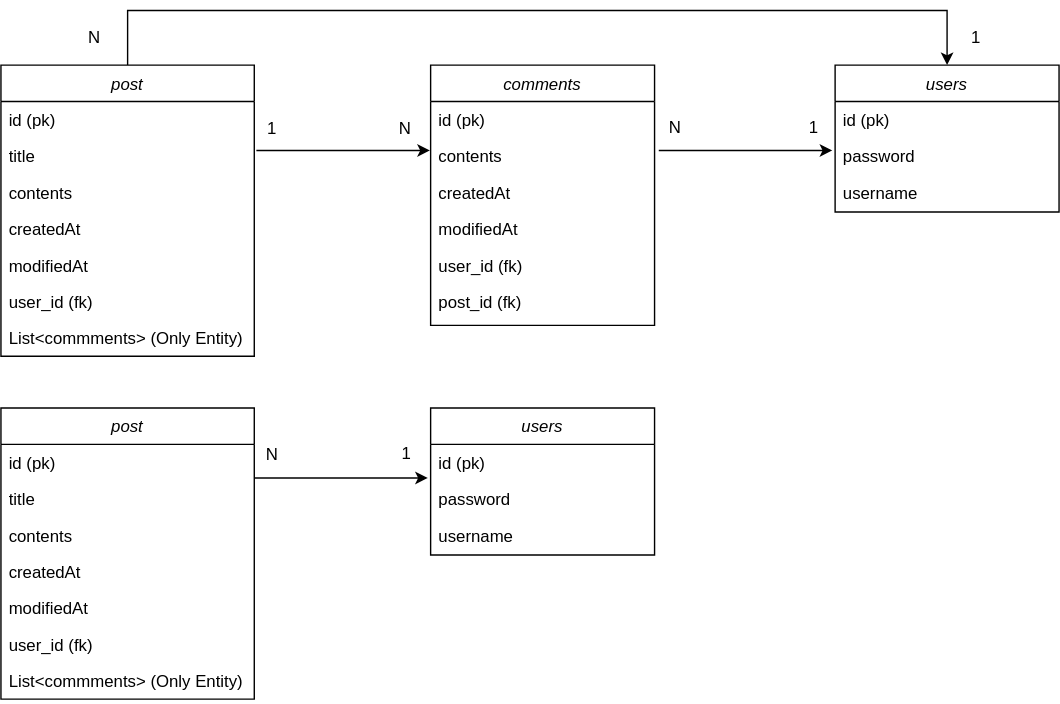
Chaeyounglim/myBlog keeps this draw.io diagram as Entity Relationship Diagram.drawio.svg. Above is the earlier version. Source tidied: cells renumbered, new cells last; positions are measured from the earlier drawing's top-left corner, leaving out a move shared by most shapes.
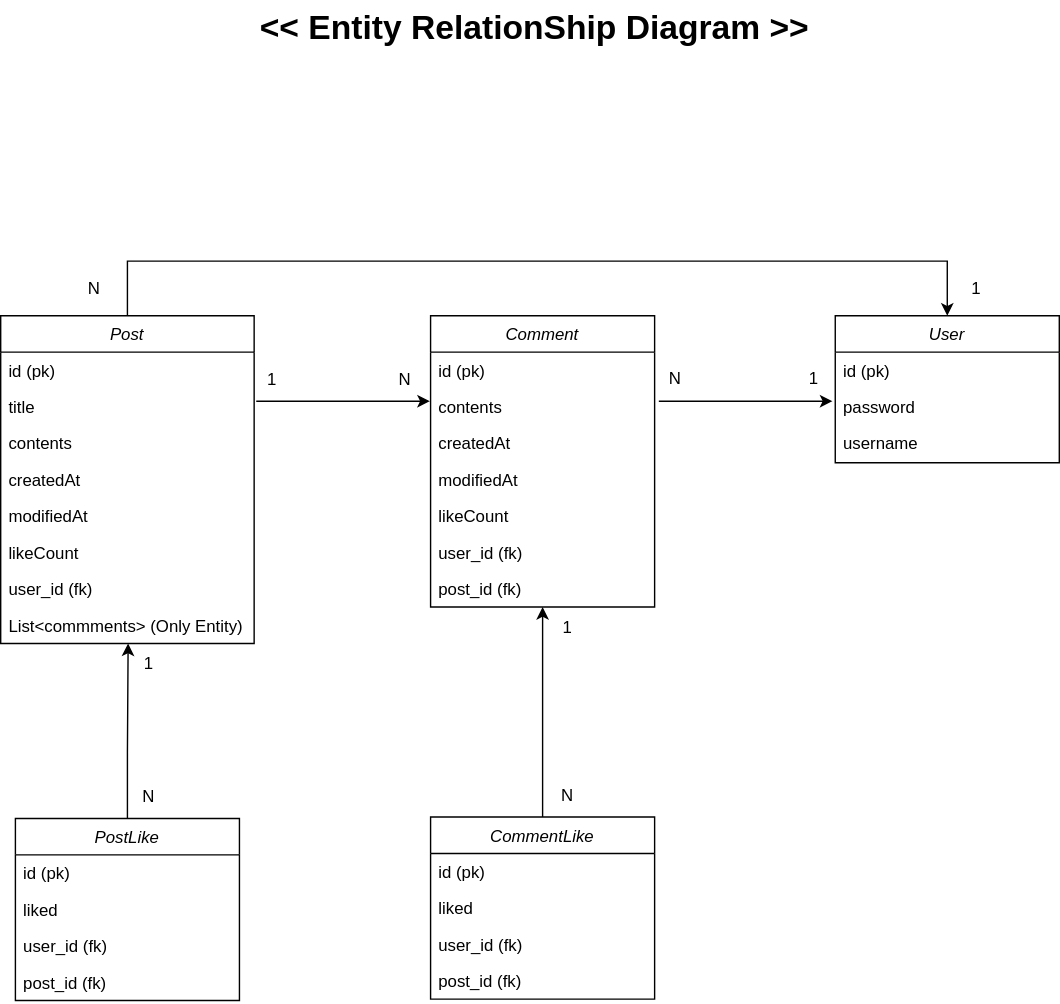
After the change.

Commit message:
docs : Entity Relationship Diagram. Version 4.0; add like Entities

Diff of the diagram source:
```diff
@@ -13,8 +13,8 @@
     <mxCell id="3" value="1" style="text;html=1;strokeColor=none;fillColor=none;align=center;verticalAlign=middle;whiteSpace=wrap;rounded=0;" parent="1" vertex="1">
       <mxGeometry x="667" y="5" width="60" height="30" as="geometry" />
     </mxCell>
-    <mxCell id="4" value="comments" style="swimlane;fontStyle=2;align=center;verticalAlign=top;horizontal=1;startSize=26;rounded=0;shadow=0;strokeWidth=1;" parent="1" vertex="1">
-      <mxGeometry x="307" y="39" width="160" height="186" as="geometry" />
+    <mxCell id="4" value="Comment" style="swimlane;fontStyle=2;align=center;verticalAlign=top;horizontal=1;startSize=26;rounded=0;shadow=0;strokeWidth=1;" parent="1" vertex="1">
+      <mxGeometry x="307" y="39" width="160" height="208" as="geometry" />
     </mxCell>
     <mxCell id="5" value="id (pk)" style="text;align=left;verticalAlign=top;spacingLeft=4;spacingRight=4;overflow=hidden;" parent="4" vertex="1">
       <mxGeometry y="26" width="160" height="26" as="geometry" />
@@ -28,13 +28,16 @@
     <mxCell id="8" value="modifiedAt " style="text;align=left;verticalAlign=top;spacingLeft=4;spacingRight=4;overflow=hidden;rounded=0;shadow=0;html=0;" parent="4" vertex="1">
       <mxGeometry y="104" width="160" height="26" as="geometry" />
     </mxCell>
+    <mxCell id="45" value="likeCount" style="text;align=left;verticalAlign=top;spacingLeft=4;spacingRight=4;overflow=hidden;rounded=0;shadow=0;html=0;" parent="4" vertex="1">
+      <mxGeometry y="130" width="160" height="26" as="geometry" />
+    </mxCell>
     <mxCell id="9" value="user_id (fk)" style="text;align=left;verticalAlign=top;spacingLeft=4;spacingRight=4;overflow=hidden;rounded=0;shadow=0;html=0;" parent="4" vertex="1">
-      <mxGeometry y="130" width="160" height="26" as="geometry" />
+      <mxGeometry y="156" width="160" height="26" as="geometry" />
     </mxCell>
     <mxCell id="10" value="post_id (fk)" style="text;align=left;verticalAlign=top;spacingLeft=4;spacingRight=4;overflow=hidden;rounded=0;shadow=0;html=0;" parent="4" vertex="1">
-      <mxGeometry y="156" width="160" height="26" as="geometry" />
+      <mxGeometry y="182" width="160" height="26" as="geometry" />
     </mxCell>
-    <mxCell id="11" value="users" style="swimlane;fontStyle=2;align=center;verticalAlign=top;horizontal=1;startSize=26;rounded=0;shadow=0;strokeWidth=1;" parent="1" vertex="1">
+    <mxCell id="11" value="User" style="swimlane;fontStyle=2;align=center;verticalAlign=top;horizontal=1;startSize=26;rounded=0;shadow=0;strokeWidth=1;" parent="1" vertex="1">
       <mxGeometry x="596" y="39" width="160" height="105" as="geometry" />
     </mxCell>
     <mxCell id="12" value="id (pk)" style="text;align=left;verticalAlign=top;spacingLeft=4;spacingRight=4;overflow=hidden;rounded=0;shadow=0;html=0;" parent="11" vertex="1">
@@ -46,8 +49,8 @@
     <mxCell id="14" value="username " style="text;align=left;verticalAlign=top;spacingLeft=4;spacingRight=4;overflow=hidden;rounded=0;shadow=0;html=0;" parent="11" vertex="1">
       <mxGeometry y="78" width="160" height="26" as="geometry" />
     </mxCell>
-    <mxCell id="15" value="post" style="swimlane;fontStyle=2;align=center;verticalAlign=top;horizontal=1;startSize=26;rounded=0;shadow=0;strokeWidth=1;" parent="1" vertex="1">
-      <mxGeometry y="39" width="181" height="208" as="geometry" />
+    <mxCell id="15" value="Post" style="swimlane;fontStyle=2;align=center;verticalAlign=top;horizontal=1;startSize=26;rounded=0;shadow=0;strokeWidth=1;" parent="1" vertex="1">
+      <mxGeometry y="39" width="181" height="234" as="geometry" />
     </mxCell>
     <mxCell id="16" value="id (pk)" style="text;align=left;verticalAlign=top;spacingLeft=4;spacingRight=4;overflow=hidden;" parent="15" vertex="1">
       <mxGeometry y="26" width="181" height="26" as="geometry" />
@@ -64,17 +67,20 @@
     <mxCell id="20" value="modifiedAt " style="text;align=left;verticalAlign=top;spacingLeft=4;spacingRight=4;overflow=hidden;rounded=0;shadow=0;html=0;" parent="15" vertex="1">
       <mxGeometry y="130" width="181" height="26" as="geometry" />
     </mxCell>
+    <mxCell id="46" value="likeCount" style="text;align=left;verticalAlign=top;spacingLeft=4;spacingRight=4;overflow=hidden;rounded=0;shadow=0;html=0;" parent="15" vertex="1">
+      <mxGeometry y="156" width="181" height="26" as="geometry" />
+    </mxCell>
     <mxCell id="21" value="user_id (fk)" style="text;align=left;verticalAlign=top;spacingLeft=4;spacingRight=4;overflow=hidden;rounded=0;shadow=0;html=0;" parent="15" vertex="1">
-      <mxGeometry y="156" width="181" height="26" as="geometry" />
+      <mxGeometry y="182" width="181" height="26" as="geometry" />
     </mxCell>
     <mxCell id="22" value="List&lt;commments&gt; (Only Entity)" style="text;align=left;verticalAlign=top;spacingLeft=4;spacingRight=4;overflow=hidden;rounded=0;shadow=0;html=0;" parent="15" vertex="1">
-      <mxGeometry y="182" width="181" height="26" as="geometry" />
+      <mxGeometry y="208" width="181" height="26" as="geometry" />
     </mxCell>
     <mxCell id="23" value="N" style="text;html=1;strokeColor=none;fillColor=none;align=center;verticalAlign=middle;whiteSpace=wrap;rounded=0;" parent="1" vertex="1">
       <mxGeometry x="37" y="5" width="60" height="30" as="geometry" />
     </mxCell>
     <mxCell id="24" value="1" style="text;html=1;strokeColor=none;fillColor=none;align=center;verticalAlign=middle;whiteSpace=wrap;rounded=0;" parent="1" vertex="1">
-      <mxGeometry x="260" y="302" width="60" height="30" as="geometry" />
+      <mxGeometry x="76" y="273" width="60" height="30" as="geometry" />
     </mxCell>
     <mxCell id="25" value="1" style="text;html=1;strokeColor=none;fillColor=none;align=center;verticalAlign=middle;whiteSpace=wrap;rounded=0;" parent="1" vertex="1">
       <mxGeometry x="551" y="69" width="60" height="30" as="geometry" />
@@ -97,53 +103,61 @@
     <mxCell id="29" value="N" style="text;html=1;strokeColor=none;fillColor=none;align=center;verticalAlign=middle;whiteSpace=wrap;rounded=0;" parent="1" vertex="1">
       <mxGeometry x="259" y="70" width="60" height="30" as="geometry" />
     </mxCell>
-    <mxCell id="30" value="post" style="swimlane;fontStyle=2;align=center;verticalAlign=top;horizontal=1;startSize=26;rounded=0;shadow=0;strokeWidth=1;" parent="1" vertex="1">
-      <mxGeometry y="284" width="181" height="208" as="geometry" />
-    </mxCell>
-    <mxCell id="31" value="id (pk)" style="text;align=left;verticalAlign=top;spacingLeft=4;spacingRight=4;overflow=hidden;" parent="30" vertex="1">
-      <mxGeometry y="26" width="181" height="26" as="geometry" />
-    </mxCell>
-    <mxCell id="32" value="title" style="text;align=left;verticalAlign=top;spacingLeft=4;spacingRight=4;overflow=hidden;rounded=0;shadow=0;html=0;" parent="30" vertex="1">
-      <mxGeometry y="52" width="181" height="26" as="geometry" />
-    </mxCell>
-    <mxCell id="33" value="contents" style="text;align=left;verticalAlign=top;spacingLeft=4;spacingRight=4;overflow=hidden;rounded=0;shadow=0;html=0;" parent="30" vertex="1">
-      <mxGeometry y="78" width="181" height="26" as="geometry" />
-    </mxCell>
-    <mxCell id="34" value="createdAt" style="text;align=left;verticalAlign=top;spacingLeft=4;spacingRight=4;overflow=hidden;rounded=0;shadow=0;html=0;" parent="30" vertex="1">
-      <mxGeometry y="104" width="181" height="26" as="geometry" />
-    </mxCell>
-    <mxCell id="35" value="modifiedAt " style="text;align=left;verticalAlign=top;spacingLeft=4;spacingRight=4;overflow=hidden;rounded=0;shadow=0;html=0;" parent="30" vertex="1">
-      <mxGeometry y="130" width="181" height="26" as="geometry" />
-    </mxCell>
-    <mxCell id="36" value="user_id (fk)" style="text;align=left;verticalAlign=top;spacingLeft=4;spacingRight=4;overflow=hidden;rounded=0;shadow=0;html=0;" parent="30" vertex="1">
-      <mxGeometry y="156" width="181" height="26" as="geometry" />
-    </mxCell>
-    <mxCell id="37" value="List&lt;commments&gt; (Only Entity)" style="text;align=left;verticalAlign=top;spacingLeft=4;spacingRight=4;overflow=hidden;rounded=0;shadow=0;html=0;" parent="30" vertex="1">
-      <mxGeometry y="182" width="181" height="26" as="geometry" />
-    </mxCell>
+    <mxCell id="47" style="edgeStyle=orthogonalEdgeStyle;rounded=0;jettySize=auto;html=1;" parent="1" edge="1" source="38" target="4">
+      <mxGeometry relative="1" as="geometry" />
+    </mxCell>
-    <mxCell id="38" value="users" style="swimlane;fontStyle=2;align=center;verticalAlign=top;horizontal=1;startSize=26;rounded=0;shadow=0;strokeWidth=1;" parent="1" vertex="1">
-      <mxGeometry x="307" y="284" width="160" height="105" as="geometry" />
+    <mxCell id="38" value="CommentLike" style="swimlane;fontStyle=2;align=center;verticalAlign=top;horizontal=1;startSize=26;rounded=0;shadow=0;strokeWidth=1;" parent="1" vertex="1">
+      <mxGeometry x="307" y="397" width="160" height="130" as="geometry" />
     </mxCell>
     <mxCell id="39" value="id (pk)" style="text;align=left;verticalAlign=top;spacingLeft=4;spacingRight=4;overflow=hidden;rounded=0;shadow=0;html=0;" parent="38" vertex="1">
       <mxGeometry y="26" width="160" height="26" as="geometry" />
     </mxCell>
-    <mxCell id="40" value="password" style="text;align=left;verticalAlign=top;spacingLeft=4;spacingRight=4;overflow=hidden;rounded=0;shadow=0;html=0;" parent="38" vertex="1">
+    <mxCell id="40" value="liked" style="text;align=left;verticalAlign=top;spacingLeft=4;spacingRight=4;overflow=hidden;rounded=0;shadow=0;html=0;" parent="38" vertex="1">
       <mxGeometry y="52" width="160" height="26" as="geometry" />
     </mxCell>
-    <mxCell id="41" value="username " style="text;align=left;verticalAlign=top;spacingLeft=4;spacingRight=4;overflow=hidden;rounded=0;shadow=0;html=0;" parent="38" vertex="1">
+    <mxCell id="41" value="user_id (fk)" style="text;align=left;verticalAlign=top;spacingLeft=4;spacingRight=4;overflow=hidden;rounded=0;shadow=0;html=0;" parent="38" vertex="1">
       <mxGeometry y="78" width="160" height="26" as="geometry" />
     </mxCell>
-    <mxCell id="42" style="edgeStyle=orthogonalEdgeStyle;rounded=0;orthogonalLoop=1;jettySize=auto;html=1;startArrow=none;startFill=0;" parent="1" edge="1">
-      <mxGeometry relative="1" as="geometry">
-        <mxPoint x="181" y="334" as="sourcePoint" />
-        <mxPoint x="305" y="334" as="targetPoint" />
-      </mxGeometry>
-    </mxCell>
+    <mxCell id="48" value="post_id (fk)" style="text;align=left;verticalAlign=top;spacingLeft=4;spacingRight=4;overflow=hidden;rounded=0;shadow=0;html=0;" parent="38" vertex="1">
+      <mxGeometry y="104" width="160" height="26" as="geometry" />
+    </mxCell>
     <mxCell id="43" value="N" style="text;html=1;strokeColor=none;fillColor=none;align=center;verticalAlign=middle;whiteSpace=wrap;rounded=0;" parent="1" vertex="1">
-      <mxGeometry x="164" y="303" width="60" height="30" as="geometry" />
+      <mxGeometry x="76" y="368" width="60" height="30" as="geometry" />
     </mxCell>
     <mxCell id="44" value="1" style="text;html=1;strokeColor=none;fillColor=none;align=center;verticalAlign=middle;whiteSpace=wrap;rounded=0;" parent="1" vertex="1">
       <mxGeometry x="164" y="70" width="60" height="30" as="geometry" />
     </mxCell>
+    <mxCell id="49" value="&amp;lt;&amp;lt; Entity RelationShip Diagram &amp;gt;&amp;gt;" style="text;strokeColor=none;fillColor=none;html=1;fontSize=24;fontStyle=1;verticalAlign=middle;align=center;" parent="1" vertex="1">
+      <mxGeometry x="331" y="-186" width="100" height="40" as="geometry" />
+    </mxCell>
+    <mxCell id="50" style="edgeStyle=orthogonalEdgeStyle;rounded=0;jettySize=auto;html=1;entryX=0.25;entryY=0;entryDx=0;entryDy=0;" parent="1" edge="1" source="51" target="24">
+      <mxGeometry relative="1" as="geometry">
+        <Array as="points">
+          <mxPoint x="91" y="351" />
+          <mxPoint x="91" y="351" />
+        </Array>
+      </mxGeometry>
+    </mxCell>
+    <mxCell id="51" value="PostLike" style="swimlane;fontStyle=2;align=center;verticalAlign=top;horizontal=1;startSize=26;rounded=0;shadow=0;strokeWidth=1;" parent="1" vertex="1">
+      <mxGeometry x="10.5" y="398" width="160" height="130" as="geometry" />
+    </mxCell>
+    <mxCell id="31" value="id (pk)" style="text;align=left;verticalAlign=top;spacingLeft=4;spacingRight=4;overflow=hidden;rounded=0;shadow=0;html=0;" parent="51" vertex="1">
+      <mxGeometry y="26" width="160" height="26" as="geometry" />
+    </mxCell>
+    <mxCell id="52" value="liked" style="text;align=left;verticalAlign=top;spacingLeft=4;spacingRight=4;overflow=hidden;rounded=0;shadow=0;html=0;" parent="51" vertex="1">
+      <mxGeometry y="52" width="160" height="26" as="geometry" />
+    </mxCell>
+    <mxCell id="36" value="user_id (fk)" style="text;align=left;verticalAlign=top;spacingLeft=4;spacingRight=4;overflow=hidden;rounded=0;shadow=0;html=0;" parent="51" vertex="1">
+      <mxGeometry y="78" width="160" height="26" as="geometry" />
+    </mxCell>
+    <mxCell id="53" value="post_id (fk)" style="text;align=left;verticalAlign=top;spacingLeft=4;spacingRight=4;overflow=hidden;rounded=0;shadow=0;html=0;" parent="51" vertex="1">
+      <mxGeometry y="104" width="160" height="26" as="geometry" />
+    </mxCell>
+    <mxCell id="54" value="N" style="text;html=1;strokeColor=none;fillColor=none;align=center;verticalAlign=middle;whiteSpace=wrap;rounded=0;" parent="1" vertex="1">
+      <mxGeometry x="375" y="367" width="60" height="30" as="geometry" />
+    </mxCell>
+    <mxCell id="55" value="1" style="text;html=1;strokeColor=none;fillColor=none;align=center;verticalAlign=middle;whiteSpace=wrap;rounded=0;" parent="1" vertex="1">
+      <mxGeometry x="375" y="247" width="60" height="30" as="geometry" />
+    </mxCell>
   </root>
 </mxGraphModel>
```
